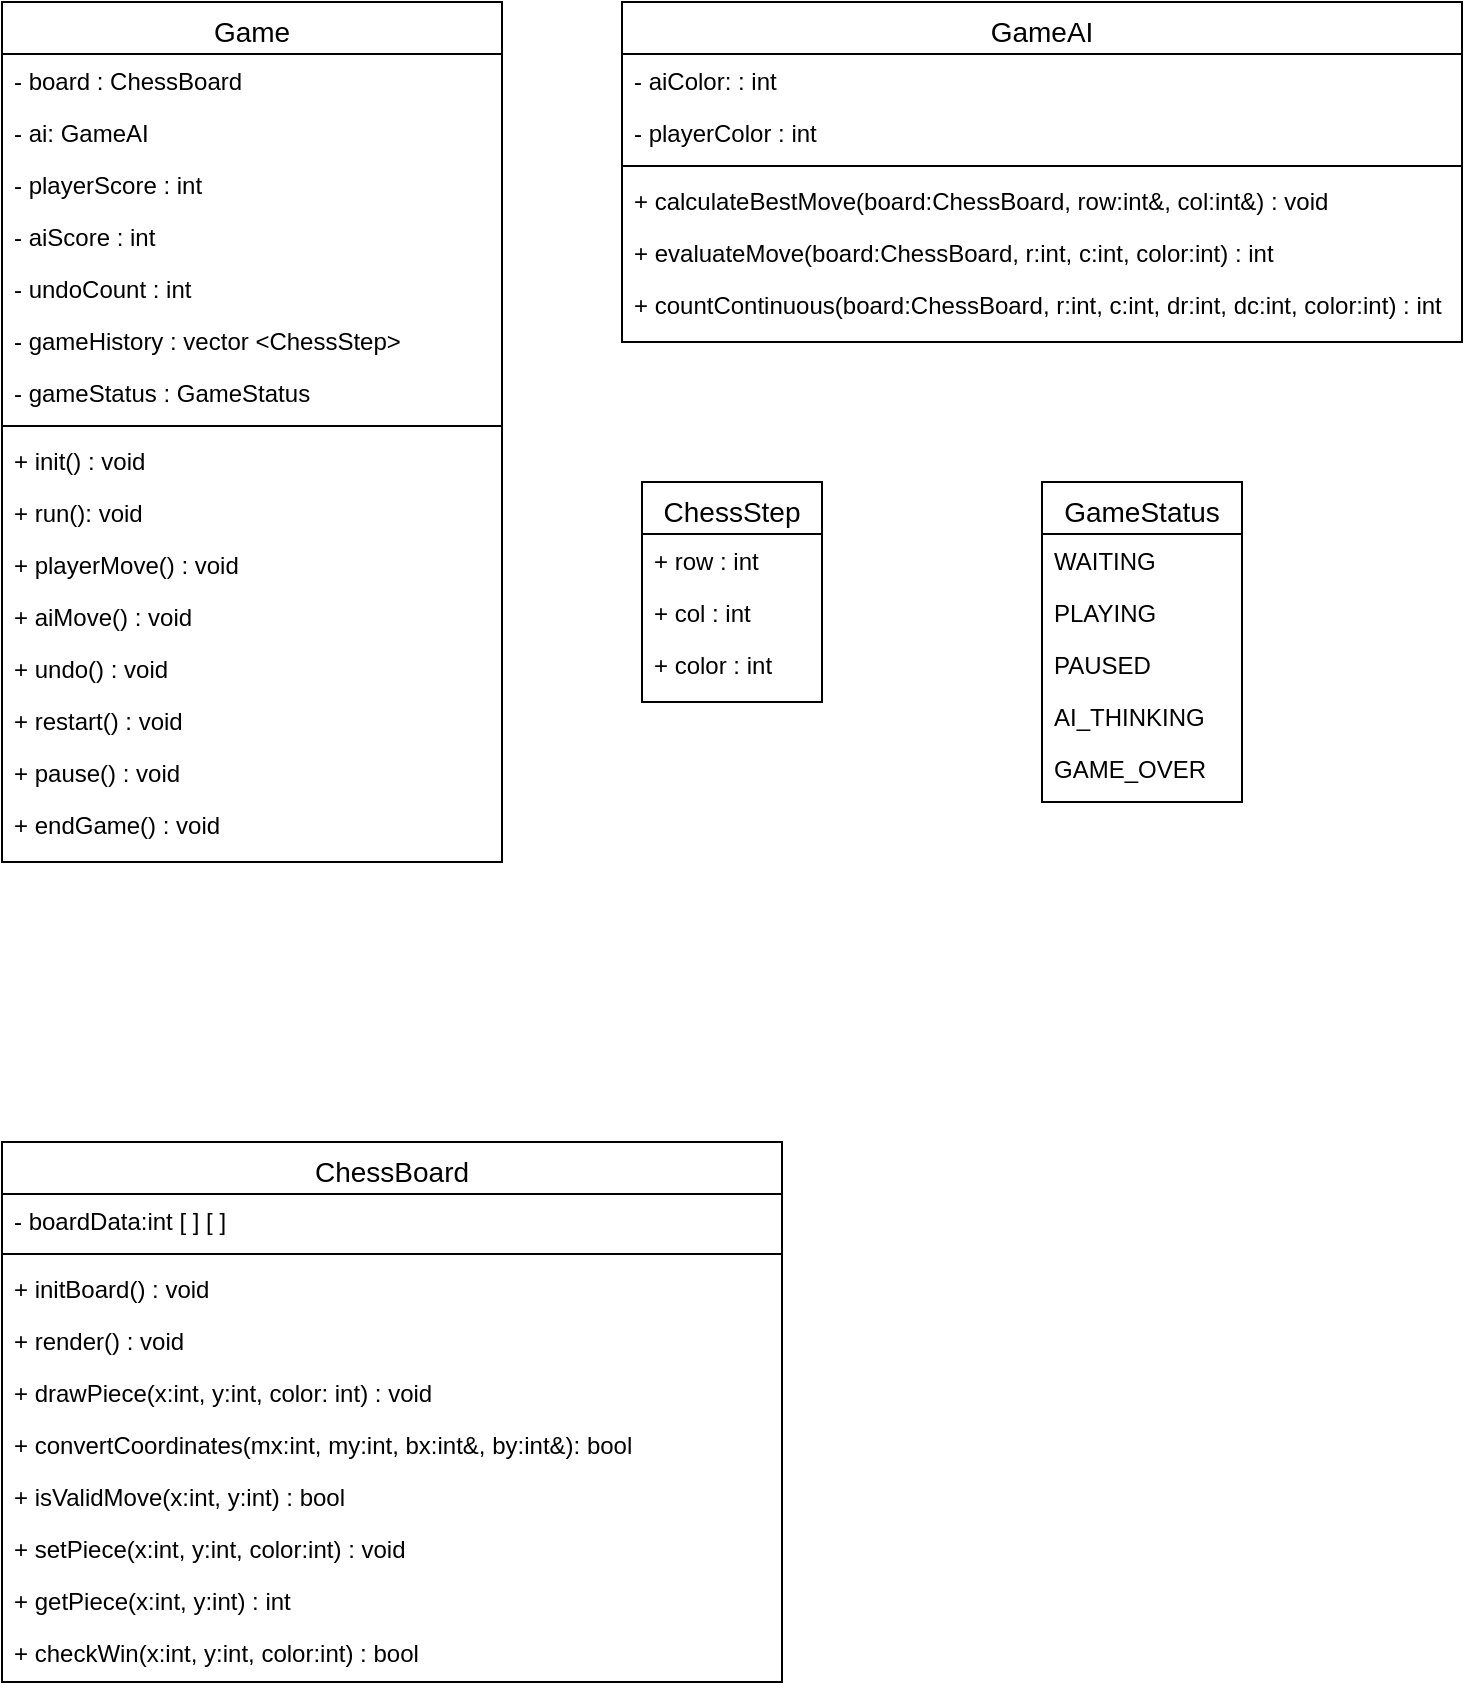
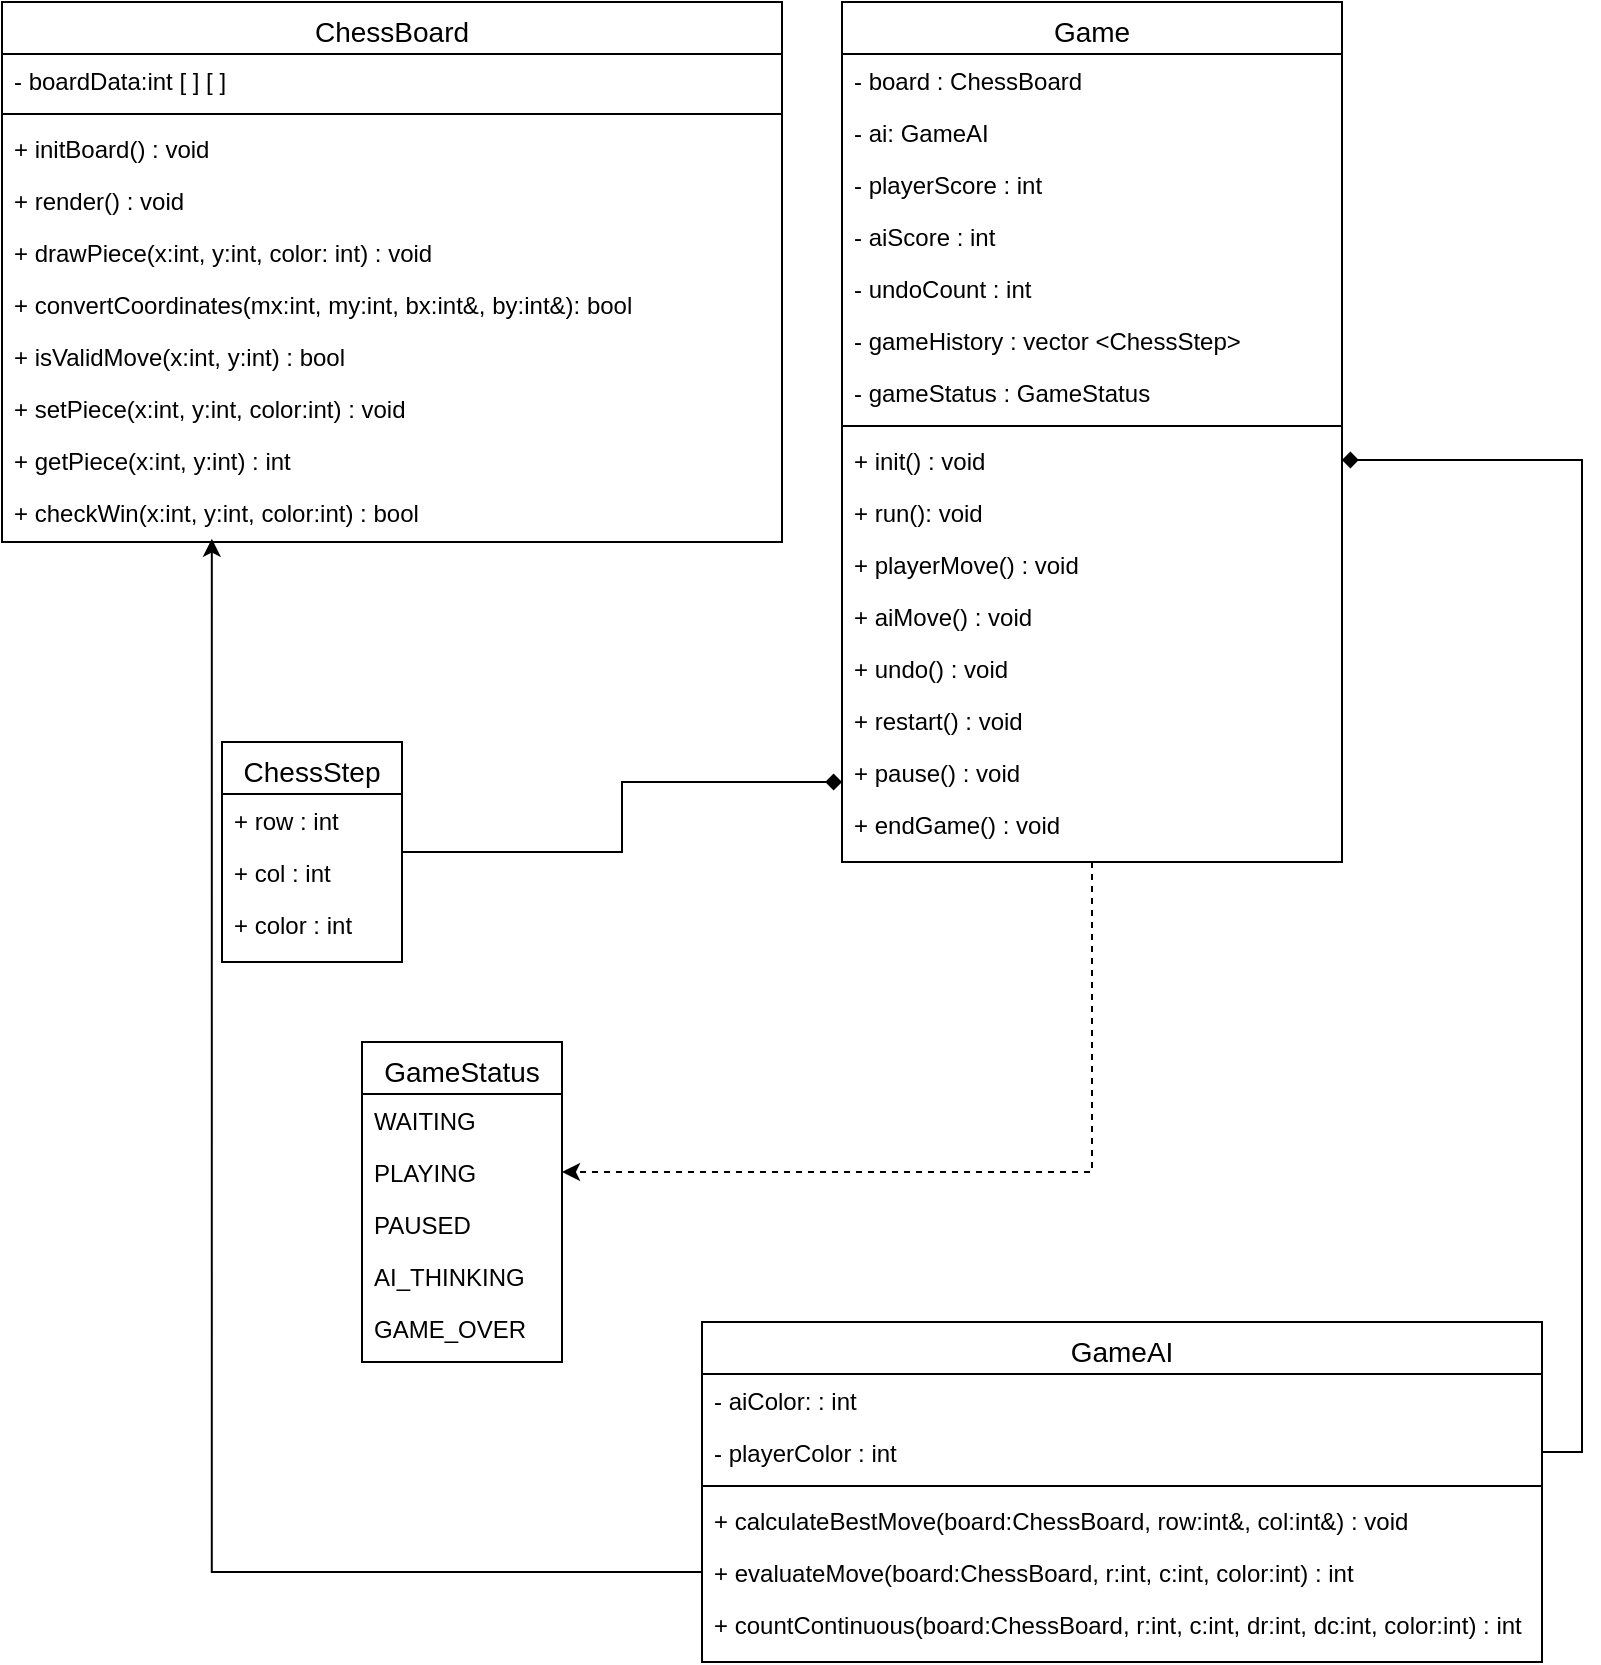
<mxfile host="app.diagrams.net">
  <diagram id="C5RBs43oDa-KdzZeNtuy" name="Page-1">
-     <mxGraphModel dx="1215" dy="859" grid="1" gridSize="10" guides="1" tooltips="1" connect="1" arrows="1" fold="1" page="1" pageScale="1" pageWidth="827" pageHeight="1169" math="0" shadow="0">
+     <mxGraphModel dx="1201" dy="859" grid="1" gridSize="10" guides="1" tooltips="1" connect="1" arrows="1" fold="1" page="1" pageScale="1" pageWidth="827" pageHeight="1169" math="0" shadow="0">
      <root>
        <mxCell id="WIyWlLk6GJQsqaUBKTNV-0" />
        <mxCell id="WIyWlLk6GJQsqaUBKTNV-1" parent="WIyWlLk6GJQsqaUBKTNV-0" />
        <mxCell id="zkfFHV4jXpPFQw0GAbJ--6" parent="WIyWlLk6GJQsqaUBKTNV-1" style="swimlane;fontStyle=0;align=center;verticalAlign=top;childLayout=stackLayout;horizontal=1;startSize=26;horizontalStack=0;resizeParent=1;resizeLast=0;collapsible=1;marginBottom=0;rounded=0;shadow=0;strokeWidth=1;fontSize=14;" value="ChessBoard" vertex="1">
-           <mxGeometry height="270" width="390" x="30" y="760" as="geometry">
+           <mxGeometry height="270" width="390" x="20" y="20" as="geometry">
            <mxRectangle height="26" width="160" x="130" y="380" as="alternateBounds" />
          </mxGeometry>
        </mxCell>
        <mxCell id="zkfFHV4jXpPFQw0GAbJ--7" parent="zkfFHV4jXpPFQw0GAbJ--6" style="text;align=left;verticalAlign=top;spacingLeft=4;spacingRight=4;overflow=hidden;rotatable=0;points=[[0,0.5],[1,0.5]];portConstraint=eastwest;" value="- boardData:int [ ] [ ]" vertex="1">
          <mxGeometry height="26" width="390" y="26" as="geometry" />
        </mxCell>
        <mxCell id="zkfFHV4jXpPFQw0GAbJ--9" parent="zkfFHV4jXpPFQw0GAbJ--6" style="line;html=1;strokeWidth=1;align=left;verticalAlign=middle;spacingTop=-1;spacingLeft=3;spacingRight=3;rotatable=0;labelPosition=right;points=[];portConstraint=eastwest;" value="" vertex="1">
          <mxGeometry height="8" width="390" y="52" as="geometry" />
        </mxCell>
        <mxCell id="zkfFHV4jXpPFQw0GAbJ--11" parent="zkfFHV4jXpPFQw0GAbJ--6" style="text;align=left;verticalAlign=top;spacingLeft=4;spacingRight=4;overflow=hidden;rotatable=0;points=[[0,0.5],[1,0.5]];portConstraint=eastwest;" value="+ initBoard() : void" vertex="1">
          <mxGeometry height="26" width="390" y="60" as="geometry" />
        </mxCell>
        <mxCell id="HBTNYWOR6v0eBRnPvMGi-2" parent="zkfFHV4jXpPFQw0GAbJ--6" style="text;align=left;verticalAlign=top;spacingLeft=4;spacingRight=4;overflow=hidden;rotatable=0;points=[[0,0.5],[1,0.5]];portConstraint=eastwest;" value="+ render() : void" vertex="1">
          <mxGeometry height="26" width="390" y="86" as="geometry" />
        </mxCell>
        <mxCell id="HBTNYWOR6v0eBRnPvMGi-3" parent="zkfFHV4jXpPFQw0GAbJ--6" style="text;align=left;verticalAlign=top;spacingLeft=4;spacingRight=4;overflow=hidden;rotatable=0;points=[[0,0.5],[1,0.5]];portConstraint=eastwest;" value="+ drawPiece(x:int, y:int, color: int) : void" vertex="1">
          <mxGeometry height="26" width="390" y="112" as="geometry" />
        </mxCell>
        <mxCell id="HBTNYWOR6v0eBRnPvMGi-4" parent="zkfFHV4jXpPFQw0GAbJ--6" style="text;align=left;verticalAlign=top;spacingLeft=4;spacingRight=4;overflow=hidden;rotatable=0;points=[[0,0.5],[1,0.5]];portConstraint=eastwest;" value="+ convertCoordinates(mx:int, my:int, bx:int&amp;, by:int&amp;): bool" vertex="1">
          <mxGeometry height="26" width="390" y="138" as="geometry" />
        </mxCell>
        <mxCell id="HBTNYWOR6v0eBRnPvMGi-5" parent="zkfFHV4jXpPFQw0GAbJ--6" style="text;align=left;verticalAlign=top;spacingLeft=4;spacingRight=4;overflow=hidden;rotatable=0;points=[[0,0.5],[1,0.5]];portConstraint=eastwest;" value="+ isValidMove(x:int, y:int) : bool" vertex="1">
          <mxGeometry height="26" width="390" y="164" as="geometry" />
        </mxCell>
        <mxCell id="HBTNYWOR6v0eBRnPvMGi-6" parent="zkfFHV4jXpPFQw0GAbJ--6" style="text;align=left;verticalAlign=top;spacingLeft=4;spacingRight=4;overflow=hidden;rotatable=0;points=[[0,0.5],[1,0.5]];portConstraint=eastwest;" value="+ setPiece(x:int, y:int, color:int) : void" vertex="1">
          <mxGeometry height="26" width="390" y="190" as="geometry" />
        </mxCell>
        <mxCell id="HBTNYWOR6v0eBRnPvMGi-7" parent="zkfFHV4jXpPFQw0GAbJ--6" style="text;align=left;verticalAlign=top;spacingLeft=4;spacingRight=4;overflow=hidden;rotatable=0;points=[[0,0.5],[1,0.5]];portConstraint=eastwest;" value="+ getPiece(x:int, y:int) : int" vertex="1">
          <mxGeometry height="26" width="390" y="216" as="geometry" />
        </mxCell>
        <mxCell id="HBTNYWOR6v0eBRnPvMGi-8" parent="zkfFHV4jXpPFQw0GAbJ--6" style="text;align=left;verticalAlign=top;spacingLeft=4;spacingRight=4;overflow=hidden;rotatable=0;points=[[0,0.5],[1,0.5]];portConstraint=eastwest;" value="+ checkWin(x:int, y:int, color:int) : bool" vertex="1">
          <mxGeometry height="26" width="390" y="242" as="geometry" />
        </mxCell>
+         <mxCell id="HBTNYWOR6v0eBRnPvMGi-73" edge="1" parent="WIyWlLk6GJQsqaUBKTNV-1" source="HBTNYWOR6v0eBRnPvMGi-10" style="edgeStyle=orthogonalEdgeStyle;rounded=0;orthogonalLoop=1;jettySize=auto;html=1;exitX=0.5;exitY=1;exitDx=0;exitDy=0;entryX=1;entryY=0.5;entryDx=0;entryDy=0;dashed=1;endArrow=classic;endFill=1;" target="HBTNYWOR6v0eBRnPvMGi-65">
+           <mxGeometry relative="1" as="geometry" />
+         </mxCell>
        <mxCell id="HBTNYWOR6v0eBRnPvMGi-10" parent="WIyWlLk6GJQsqaUBKTNV-1" style="swimlane;fontStyle=0;align=center;verticalAlign=top;childLayout=stackLayout;horizontal=1;startSize=26;horizontalStack=0;resizeParent=1;resizeLast=0;collapsible=1;marginBottom=0;rounded=0;shadow=0;strokeWidth=1;fontSize=14;" value="Game" vertex="1">
-           <mxGeometry height="430" width="250" x="30" y="190" as="geometry">
+           <mxGeometry height="430" width="250" x="440" y="20" as="geometry">
            <mxRectangle height="26" width="160" x="130" y="380" as="alternateBounds" />
          </mxGeometry>
        </mxCell>
        <mxCell id="HBTNYWOR6v0eBRnPvMGi-21" parent="HBTNYWOR6v0eBRnPvMGi-10" style="text;align=left;verticalAlign=top;spacingLeft=4;spacingRight=4;overflow=hidden;rotatable=0;points=[[0,0.5],[1,0.5]];portConstraint=eastwest;" value="- board : ChessBoard" vertex="1">
          <mxGeometry height="26" width="250" y="26" as="geometry" />
        </mxCell>
        <mxCell id="HBTNYWOR6v0eBRnPvMGi-22" parent="HBTNYWOR6v0eBRnPvMGi-10" style="text;align=left;verticalAlign=top;spacingLeft=4;spacingRight=4;overflow=hidden;rotatable=0;points=[[0,0.5],[1,0.5]];portConstraint=eastwest;" value="- ai: GameAI" vertex="1">
          <mxGeometry height="26" width="250" y="52" as="geometry" />
        </mxCell>
        <mxCell id="HBTNYWOR6v0eBRnPvMGi-23" parent="HBTNYWOR6v0eBRnPvMGi-10" style="text;align=left;verticalAlign=top;spacingLeft=4;spacingRight=4;overflow=hidden;rotatable=0;points=[[0,0.5],[1,0.5]];portConstraint=eastwest;" value="- playerScore : int" vertex="1">
          <mxGeometry height="26" width="250" y="78" as="geometry" />
        </mxCell>
        <mxCell id="HBTNYWOR6v0eBRnPvMGi-24" parent="HBTNYWOR6v0eBRnPvMGi-10" style="text;align=left;verticalAlign=top;spacingLeft=4;spacingRight=4;overflow=hidden;rotatable=0;points=[[0,0.5],[1,0.5]];portConstraint=eastwest;" value="- aiScore : int" vertex="1">
          <mxGeometry height="26" width="250" y="104" as="geometry" />
        </mxCell>
        <mxCell id="HBTNYWOR6v0eBRnPvMGi-25" parent="HBTNYWOR6v0eBRnPvMGi-10" style="text;align=left;verticalAlign=top;spacingLeft=4;spacingRight=4;overflow=hidden;rotatable=0;points=[[0,0.5],[1,0.5]];portConstraint=eastwest;" value="- undoCount : int" vertex="1">
          <mxGeometry height="26" width="250" y="130" as="geometry" />
        </mxCell>
        <mxCell id="HBTNYWOR6v0eBRnPvMGi-26" parent="HBTNYWOR6v0eBRnPvMGi-10" style="text;align=left;verticalAlign=top;spacingLeft=4;spacingRight=4;overflow=hidden;rotatable=0;points=[[0,0.5],[1,0.5]];portConstraint=eastwest;" value="- gameHistory : vector &lt;ChessStep&gt;" vertex="1">
          <mxGeometry height="26" width="250" y="156" as="geometry" />
        </mxCell>
        <mxCell id="HBTNYWOR6v0eBRnPvMGi-27" parent="HBTNYWOR6v0eBRnPvMGi-10" style="text;align=left;verticalAlign=top;spacingLeft=4;spacingRight=4;overflow=hidden;rotatable=0;points=[[0,0.5],[1,0.5]];portConstraint=eastwest;" value="- gameStatus : GameStatus " vertex="1">
          <mxGeometry height="26" width="250" y="182" as="geometry" />
        </mxCell>
        <mxCell id="HBTNYWOR6v0eBRnPvMGi-28" parent="HBTNYWOR6v0eBRnPvMGi-10" style="line;strokeWidth=1;fillColor=none;align=left;verticalAlign=middle;spacingTop=-1;spacingLeft=3;spacingRight=3;rotatable=0;labelPosition=right;points=[];portConstraint=eastwest;strokeColor=inherit;" value="" vertex="1">
          <mxGeometry height="8" width="250" y="208" as="geometry" />
        </mxCell>
        <mxCell id="HBTNYWOR6v0eBRnPvMGi-29" parent="HBTNYWOR6v0eBRnPvMGi-10" style="text;align=left;verticalAlign=top;spacingLeft=4;spacingRight=4;overflow=hidden;rotatable=0;points=[[0,0.5],[1,0.5]];portConstraint=eastwest;" value="+ init() : void" vertex="1">
          <mxGeometry height="26" width="250" y="216" as="geometry" />
        </mxCell>
        <mxCell id="HBTNYWOR6v0eBRnPvMGi-30" parent="HBTNYWOR6v0eBRnPvMGi-10" style="text;align=left;verticalAlign=top;spacingLeft=4;spacingRight=4;overflow=hidden;rotatable=0;points=[[0,0.5],[1,0.5]];portConstraint=eastwest;" value="+ run(): void" vertex="1">
          <mxGeometry height="26" width="250" y="242" as="geometry" />
        </mxCell>
        <mxCell id="HBTNYWOR6v0eBRnPvMGi-31" parent="HBTNYWOR6v0eBRnPvMGi-10" style="text;align=left;verticalAlign=top;spacingLeft=4;spacingRight=4;overflow=hidden;rotatable=0;points=[[0,0.5],[1,0.5]];portConstraint=eastwest;" value="+ playerMove() : void" vertex="1">
          <mxGeometry height="26" width="250" y="268" as="geometry" />
        </mxCell>
        <mxCell id="HBTNYWOR6v0eBRnPvMGi-32" parent="HBTNYWOR6v0eBRnPvMGi-10" style="text;align=left;verticalAlign=top;spacingLeft=4;spacingRight=4;overflow=hidden;rotatable=0;points=[[0,0.5],[1,0.5]];portConstraint=eastwest;" value="+ aiMove() : void" vertex="1">
          <mxGeometry height="26" width="250" y="294" as="geometry" />
        </mxCell>
        <mxCell id="HBTNYWOR6v0eBRnPvMGi-33" parent="HBTNYWOR6v0eBRnPvMGi-10" style="text;align=left;verticalAlign=top;spacingLeft=4;spacingRight=4;overflow=hidden;rotatable=0;points=[[0,0.5],[1,0.5]];portConstraint=eastwest;" value="+ undo() : void" vertex="1">
          <mxGeometry height="26" width="250" y="320" as="geometry" />
        </mxCell>
        <mxCell id="HBTNYWOR6v0eBRnPvMGi-34" parent="HBTNYWOR6v0eBRnPvMGi-10" style="text;align=left;verticalAlign=top;spacingLeft=4;spacingRight=4;overflow=hidden;rotatable=0;points=[[0,0.5],[1,0.5]];portConstraint=eastwest;" value="+ restart() : void" vertex="1">
          <mxGeometry height="26" width="250" y="346" as="geometry" />
        </mxCell>
        <mxCell id="HBTNYWOR6v0eBRnPvMGi-35" parent="HBTNYWOR6v0eBRnPvMGi-10" style="text;align=left;verticalAlign=top;spacingLeft=4;spacingRight=4;overflow=hidden;rotatable=0;points=[[0,0.5],[1,0.5]];portConstraint=eastwest;" value="+ pause() : void" vertex="1">
          <mxGeometry height="26" width="250" y="372" as="geometry" />
        </mxCell>
        <mxCell id="HBTNYWOR6v0eBRnPvMGi-36" parent="HBTNYWOR6v0eBRnPvMGi-10" style="text;align=left;verticalAlign=top;spacingLeft=4;spacingRight=4;overflow=hidden;rotatable=0;points=[[0,0.5],[1,0.5]];portConstraint=eastwest;" value="+ endGame() : void" vertex="1">
          <mxGeometry height="26" width="250" y="398" as="geometry" />
        </mxCell>
        <mxCell id="HBTNYWOR6v0eBRnPvMGi-37" parent="WIyWlLk6GJQsqaUBKTNV-1" style="swimlane;fontStyle=0;align=center;verticalAlign=top;childLayout=stackLayout;horizontal=1;startSize=26;horizontalStack=0;resizeParent=1;resizeLast=0;collapsible=1;marginBottom=0;rounded=0;shadow=0;strokeWidth=1;fontSize=14;" value="GameAI" vertex="1">
-           <mxGeometry height="170" width="420" x="340" y="190" as="geometry">
+           <mxGeometry height="170" width="420" x="370" y="680" as="geometry">
            <mxRectangle height="26" width="160" x="130" y="380" as="alternateBounds" />
          </mxGeometry>
        </mxCell>
        <mxCell id="HBTNYWOR6v0eBRnPvMGi-38" parent="HBTNYWOR6v0eBRnPvMGi-37" style="text;align=left;verticalAlign=top;spacingLeft=4;spacingRight=4;overflow=hidden;rotatable=0;points=[[0,0.5],[1,0.5]];portConstraint=eastwest;" value="- aiColor: : int" vertex="1">
          <mxGeometry height="26" width="420" y="26" as="geometry" />
        </mxCell>
        <mxCell id="HBTNYWOR6v0eBRnPvMGi-39" parent="HBTNYWOR6v0eBRnPvMGi-37" style="text;align=left;verticalAlign=top;spacingLeft=4;spacingRight=4;overflow=hidden;rotatable=0;points=[[0,0.5],[1,0.5]];portConstraint=eastwest;" value="- playerColor : int" vertex="1">
          <mxGeometry height="26" width="420" y="52" as="geometry" />
        </mxCell>
        <mxCell id="HBTNYWOR6v0eBRnPvMGi-45" parent="HBTNYWOR6v0eBRnPvMGi-37" style="line;strokeWidth=1;fillColor=none;align=left;verticalAlign=middle;spacingTop=-1;spacingLeft=3;spacingRight=3;rotatable=0;labelPosition=right;points=[];portConstraint=eastwest;strokeColor=inherit;" value="" vertex="1">
          <mxGeometry height="8" width="420" y="78" as="geometry" />
        </mxCell>
        <mxCell id="HBTNYWOR6v0eBRnPvMGi-47" parent="HBTNYWOR6v0eBRnPvMGi-37" style="text;align=left;verticalAlign=top;spacingLeft=4;spacingRight=4;overflow=hidden;rotatable=0;points=[[0,0.5],[1,0.5]];portConstraint=eastwest;" value="+ calculateBestMove(board:ChessBoard, row:int&amp;, col:int&amp;) : void" vertex="1">
          <mxGeometry height="26" width="420" y="86" as="geometry" />
        </mxCell>
        <mxCell id="HBTNYWOR6v0eBRnPvMGi-48" parent="HBTNYWOR6v0eBRnPvMGi-37" style="text;align=left;verticalAlign=top;spacingLeft=4;spacingRight=4;overflow=hidden;rotatable=0;points=[[0,0.5],[1,0.5]];portConstraint=eastwest;" value="+ evaluateMove(board:ChessBoard, r:int, c:int, color:int) : int" vertex="1">
          <mxGeometry height="26" width="420" y="112" as="geometry" />
        </mxCell>
        <mxCell id="HBTNYWOR6v0eBRnPvMGi-54" parent="HBTNYWOR6v0eBRnPvMGi-37" style="text;align=left;verticalAlign=top;spacingLeft=4;spacingRight=4;overflow=hidden;rotatable=0;points=[[0,0.5],[1,0.5]];portConstraint=eastwest;" value="+ countContinuous(board:ChessBoard, r:int, c:int, dr:int, dc:int, color:int) : int" vertex="1">
          <mxGeometry height="26" width="420" y="138" as="geometry" />
        </mxCell>
        <mxCell id="HBTNYWOR6v0eBRnPvMGi-55" parent="WIyWlLk6GJQsqaUBKTNV-1" style="swimlane;fontStyle=0;align=center;verticalAlign=top;childLayout=stackLayout;horizontal=1;startSize=26;horizontalStack=0;resizeParent=1;resizeLast=0;collapsible=1;marginBottom=0;rounded=0;shadow=0;strokeWidth=1;fontSize=14;" value="ChessStep" vertex="1">
-           <mxGeometry height="110" width="90" x="350" y="430" as="geometry">
+           <mxGeometry height="110" width="90" x="130" y="390" as="geometry">
            <mxRectangle height="26" width="160" x="130" y="380" as="alternateBounds" />
          </mxGeometry>
        </mxCell>
        <mxCell id="HBTNYWOR6v0eBRnPvMGi-56" parent="HBTNYWOR6v0eBRnPvMGi-55" style="text;align=left;verticalAlign=top;spacingLeft=4;spacingRight=4;overflow=hidden;rotatable=0;points=[[0,0.5],[1,0.5]];portConstraint=eastwest;" value="+ row : int" vertex="1">
          <mxGeometry height="26" width="90" y="26" as="geometry" />
        </mxCell>
        <mxCell id="HBTNYWOR6v0eBRnPvMGi-57" parent="HBTNYWOR6v0eBRnPvMGi-55" style="text;align=left;verticalAlign=top;spacingLeft=4;spacingRight=4;overflow=hidden;rotatable=0;points=[[0,0.5],[1,0.5]];portConstraint=eastwest;" value="+ col : int" vertex="1">
          <mxGeometry height="26" width="90" y="52" as="geometry" />
        </mxCell>
        <mxCell id="HBTNYWOR6v0eBRnPvMGi-62" parent="HBTNYWOR6v0eBRnPvMGi-55" style="text;align=left;verticalAlign=top;spacingLeft=4;spacingRight=4;overflow=hidden;rotatable=0;points=[[0,0.5],[1,0.5]];portConstraint=eastwest;" value="+ color : int" vertex="1">
          <mxGeometry height="26" width="90" y="78" as="geometry" />
        </mxCell>
        <mxCell id="HBTNYWOR6v0eBRnPvMGi-63" parent="WIyWlLk6GJQsqaUBKTNV-1" style="swimlane;fontStyle=0;align=center;verticalAlign=top;childLayout=stackLayout;horizontal=1;startSize=26;horizontalStack=0;resizeParent=1;resizeLast=0;collapsible=1;marginBottom=0;rounded=0;shadow=0;strokeWidth=1;fontSize=14;" value="GameStatus" vertex="1">
-           <mxGeometry height="160" width="100" x="550" y="430" as="geometry">
+           <mxGeometry height="160" width="100" x="200" y="540" as="geometry">
            <mxRectangle height="26" width="160" x="130" y="380" as="alternateBounds" />
          </mxGeometry>
        </mxCell>
        <mxCell id="HBTNYWOR6v0eBRnPvMGi-64" parent="HBTNYWOR6v0eBRnPvMGi-63" style="text;align=left;verticalAlign=top;spacingLeft=4;spacingRight=4;overflow=hidden;rotatable=0;points=[[0,0.5],[1,0.5]];portConstraint=eastwest;" value="WAITING" vertex="1">
          <mxGeometry height="26" width="100" y="26" as="geometry" />
        </mxCell>
        <mxCell id="HBTNYWOR6v0eBRnPvMGi-65" parent="HBTNYWOR6v0eBRnPvMGi-63" style="text;align=left;verticalAlign=top;spacingLeft=4;spacingRight=4;overflow=hidden;rotatable=0;points=[[0,0.5],[1,0.5]];portConstraint=eastwest;" value="PLAYING" vertex="1">
          <mxGeometry height="26" width="100" y="52" as="geometry" />
        </mxCell>
        <mxCell id="HBTNYWOR6v0eBRnPvMGi-66" parent="HBTNYWOR6v0eBRnPvMGi-63" style="text;align=left;verticalAlign=top;spacingLeft=4;spacingRight=4;overflow=hidden;rotatable=0;points=[[0,0.5],[1,0.5]];portConstraint=eastwest;" value="PAUSED" vertex="1">
          <mxGeometry height="26" width="100" y="78" as="geometry" />
        </mxCell>
        <mxCell id="HBTNYWOR6v0eBRnPvMGi-67" parent="HBTNYWOR6v0eBRnPvMGi-63" style="text;align=left;verticalAlign=top;spacingLeft=4;spacingRight=4;overflow=hidden;rotatable=0;points=[[0,0.5],[1,0.5]];portConstraint=eastwest;" value="AI_THINKING" vertex="1">
          <mxGeometry height="26" width="100" y="104" as="geometry" />
        </mxCell>
        <mxCell id="HBTNYWOR6v0eBRnPvMGi-68" parent="HBTNYWOR6v0eBRnPvMGi-63" style="text;align=left;verticalAlign=top;spacingLeft=4;spacingRight=4;overflow=hidden;rotatable=0;points=[[0,0.5],[1,0.5]];portConstraint=eastwest;" value="GAME_OVER" vertex="1">
          <mxGeometry height="26" width="100" y="130" as="geometry" />
        </mxCell>
+         <mxCell id="HBTNYWOR6v0eBRnPvMGi-71" edge="1" parent="WIyWlLk6GJQsqaUBKTNV-1" source="HBTNYWOR6v0eBRnPvMGi-39" style="edgeStyle=orthogonalEdgeStyle;rounded=0;orthogonalLoop=1;jettySize=auto;html=1;exitX=1;exitY=0.5;exitDx=0;exitDy=0;entryX=1;entryY=0.5;entryDx=0;entryDy=0;endArrow=diamond;endFill=1;" target="HBTNYWOR6v0eBRnPvMGi-29">
+           <mxGeometry relative="1" as="geometry" />
+         </mxCell>
+         <mxCell id="HBTNYWOR6v0eBRnPvMGi-72" edge="1" parent="WIyWlLk6GJQsqaUBKTNV-1" source="HBTNYWOR6v0eBRnPvMGi-55" style="edgeStyle=orthogonalEdgeStyle;rounded=0;orthogonalLoop=1;jettySize=auto;html=1;exitX=1;exitY=0.5;exitDx=0;exitDy=0;entryX=0;entryY=-0.308;entryDx=0;entryDy=0;entryPerimeter=0;endArrow=diamond;endFill=1;" target="HBTNYWOR6v0eBRnPvMGi-36">
+           <mxGeometry relative="1" as="geometry" />
+         </mxCell>
+         <mxCell id="HBTNYWOR6v0eBRnPvMGi-74" edge="1" parent="WIyWlLk6GJQsqaUBKTNV-1" source="HBTNYWOR6v0eBRnPvMGi-48" style="edgeStyle=orthogonalEdgeStyle;rounded=0;orthogonalLoop=1;jettySize=auto;html=1;exitX=0;exitY=0.5;exitDx=0;exitDy=0;entryX=0.269;entryY=1.013;entryDx=0;entryDy=0;entryPerimeter=0;" target="HBTNYWOR6v0eBRnPvMGi-8">
+           <mxGeometry relative="1" as="geometry" />
+         </mxCell>
      </root>
    </mxGraphModel>
  </diagram>
</mxfile>
